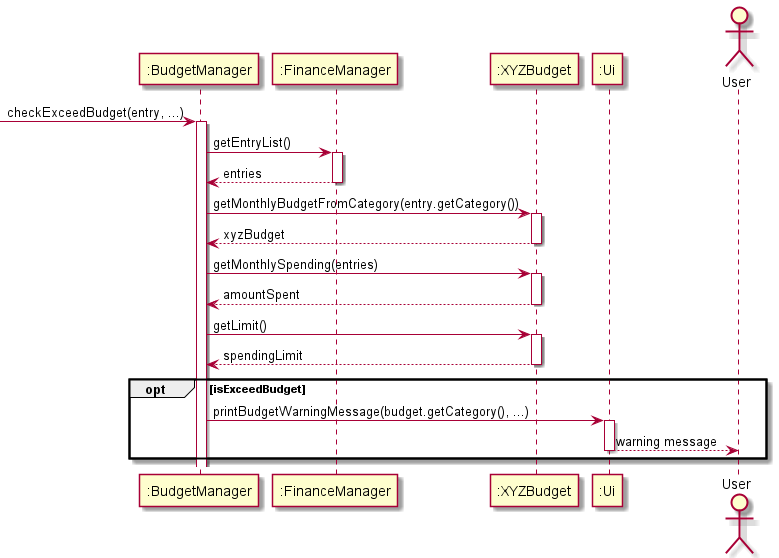
Before: docs/images/BudgetWarning.png, a diagram exported from PlantUML (yanjia1777/tp). Its source is kept beside it as docs/diagrams/BudgetWarning.puml. Its diagram source:
```plantuml
@startuml
!include Style.puml

participant ":BudgetManager" as budgetManager
participant ":FinanceManager" as financeManager
participant ":XYZBudget" as xyzBudget
participant ":Ui" as ui
actor User as user

-> budgetManager : checkExceedBudget(entry, ...)
activate budgetManager

budgetManager -> financeManager : getEntryList()
activate financeManager
return entries

budgetManager -> xyzBudget : getMonthlyBudgetFromCategory(entry.getCategory())
activate xyzBudget
return xyzBudget

budgetManager -> xyzBudget : getMonthlySpending(entries)
activate xyzBudget
return amountSpent

budgetManager -> xyzBudget : getLimit()
activate xyzBudget
return spendingLimit

opt isExceedBudget

    budgetManager -> ui :printBudgetWarningMessage(budget.getCategory(), ...)
    activate ui
    ui --> user : warning message
    deactivate ui
    end
@enduml
```
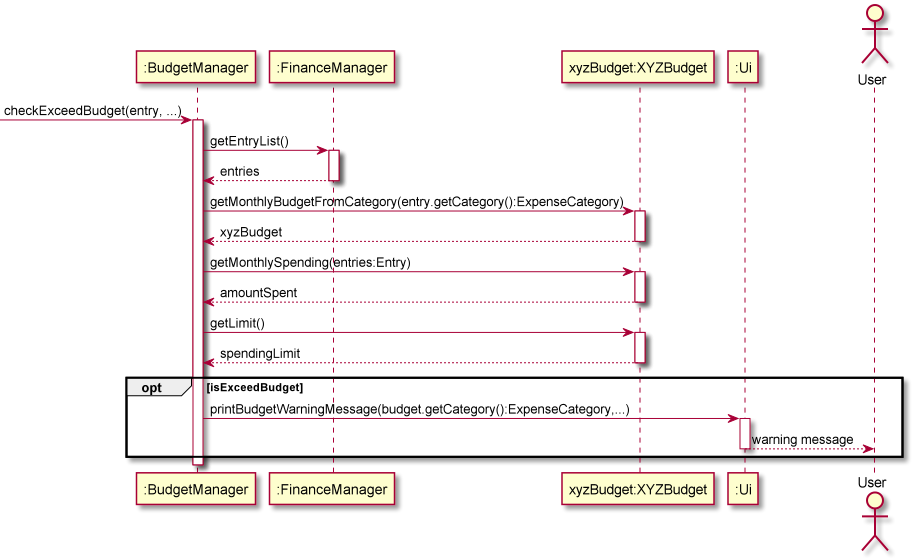
After the commit.

Commit message:
budget warning puml diagram

What changed in the source:
```diff
@@ -3,7 +3,7 @@
 
 participant ":BudgetManager" as budgetManager
 participant ":FinanceManager" as financeManager
-participant ":XYZBudget" as xyzBudget
+participant "xyzBudget:XYZBudget" as xyzBudget
 participant ":Ui" as ui
 actor User as user
 
@@ -14,11 +14,11 @@
 activate financeManager
 return entries
 
-budgetManager -> xyzBudget : getMonthlyBudgetFromCategory(entry.getCategory())
+budgetManager -> xyzBudget : getMonthlyBudgetFromCategory(entry.getCategory():ExpenseCategory)
 activate xyzBudget
 return xyzBudget
 
-budgetManager -> xyzBudget : getMonthlySpending(entries)
+budgetManager -> xyzBudget : getMonthlySpending(entries:Entry)
 activate xyzBudget
 return amountSpent
 
@@ -28,7 +28,7 @@
 
 opt isExceedBudget
 
-    budgetManager -> ui :printBudgetWarningMessage(budget.getCategory(), ...)
+    budgetManager -> ui :printBudgetWarningMessage(budget.getCategory():ExpenseCategory,...)
     activate ui
     ui --> user : warning message
     deactivate ui
```
